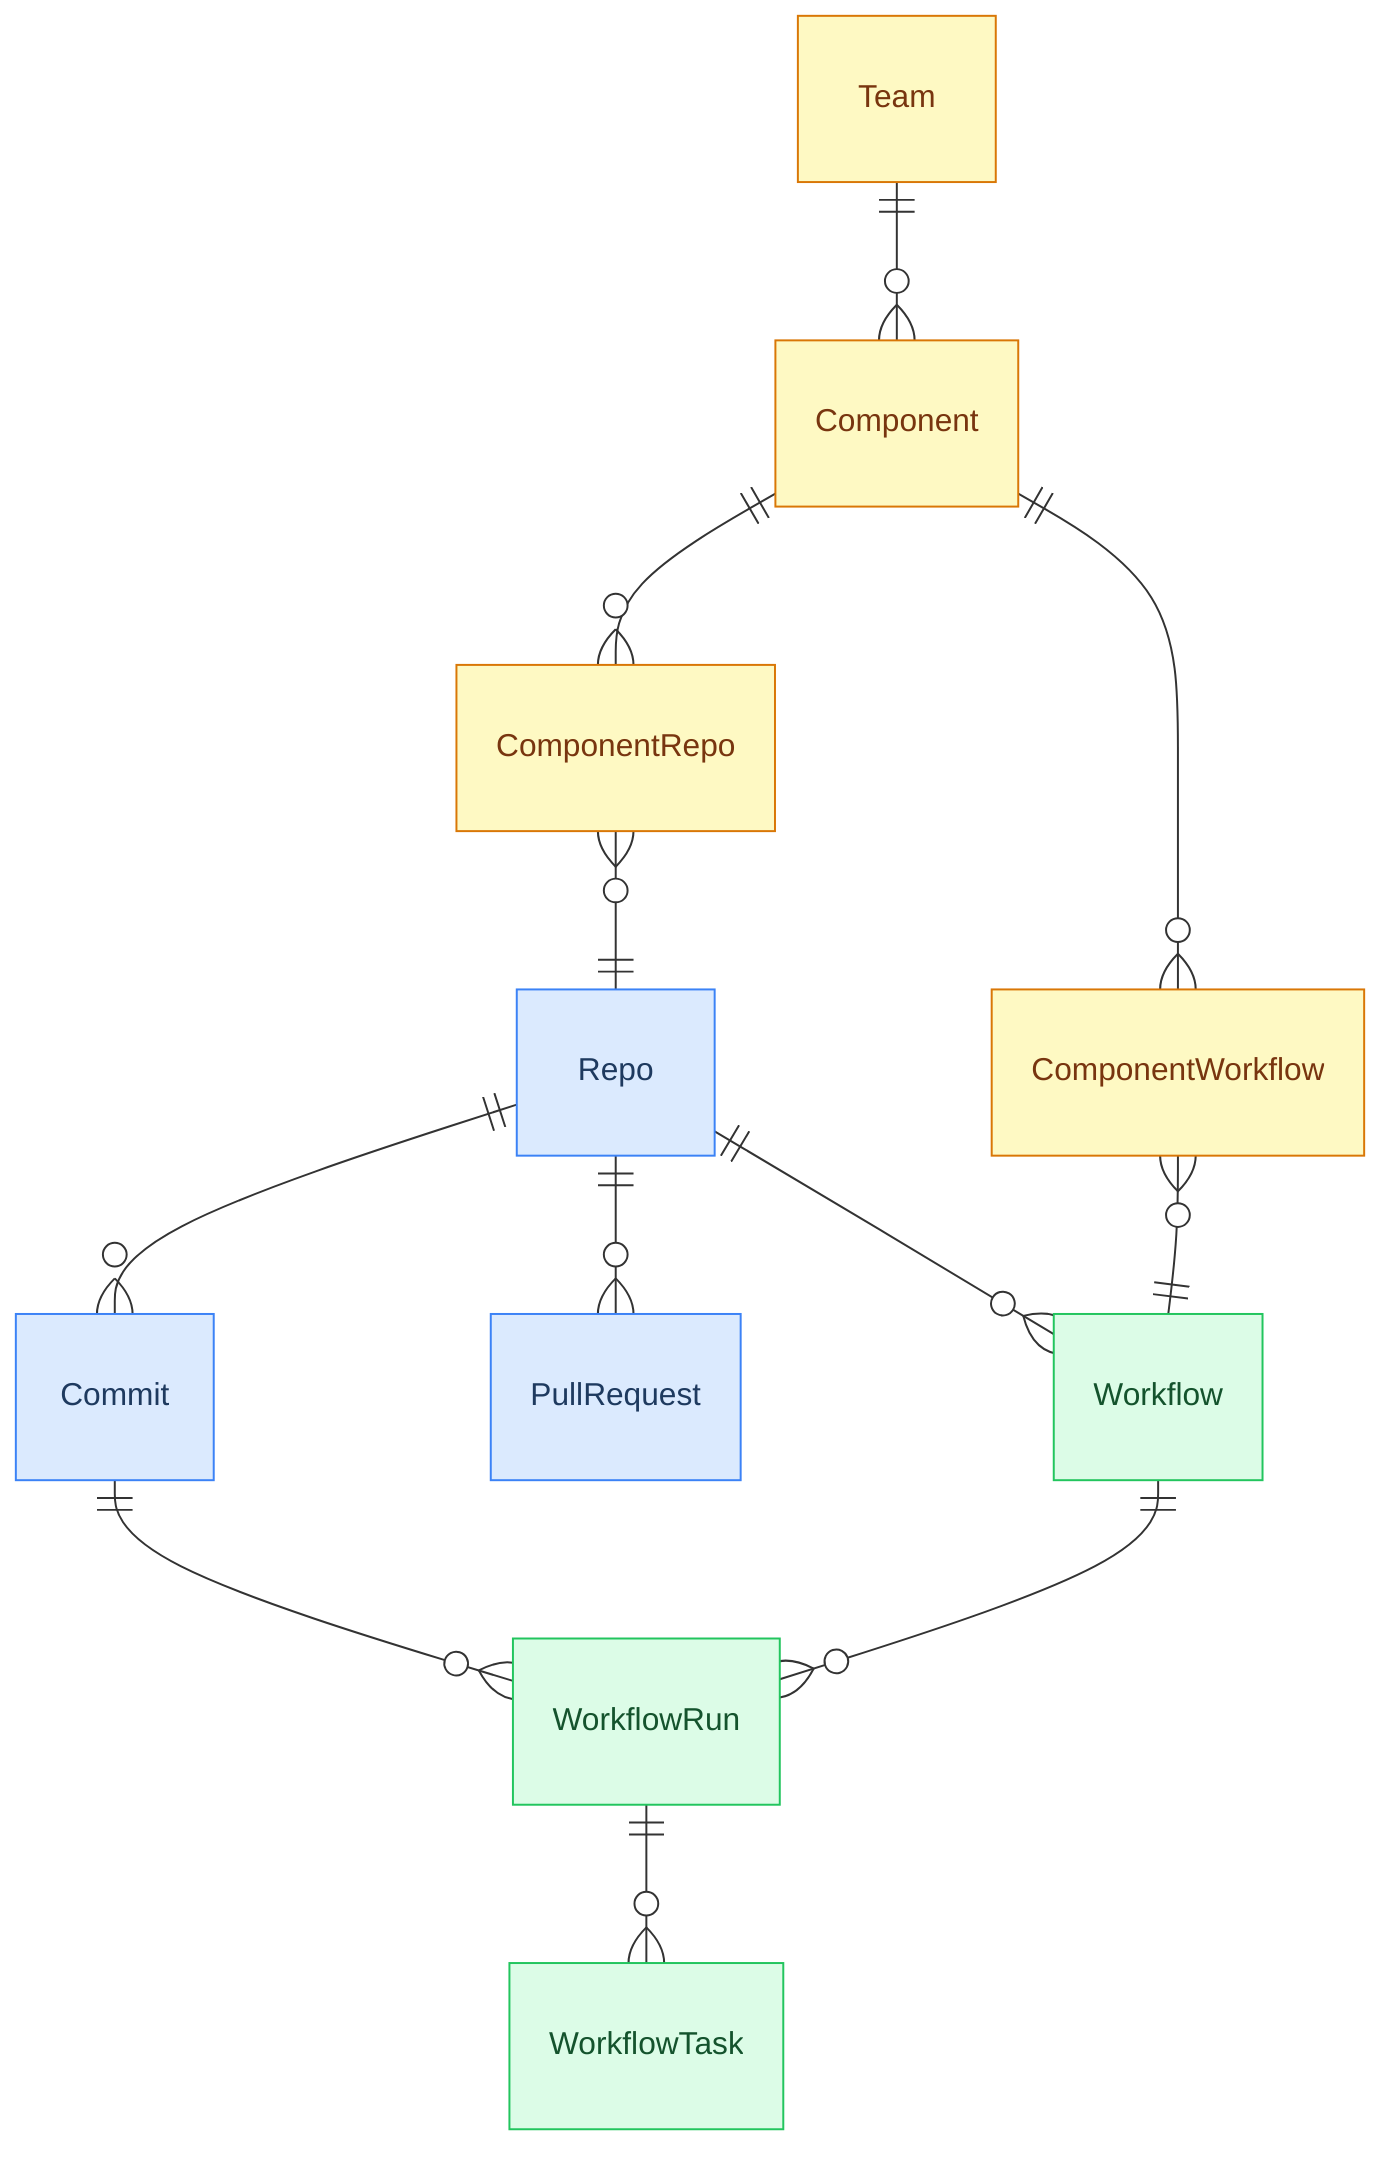
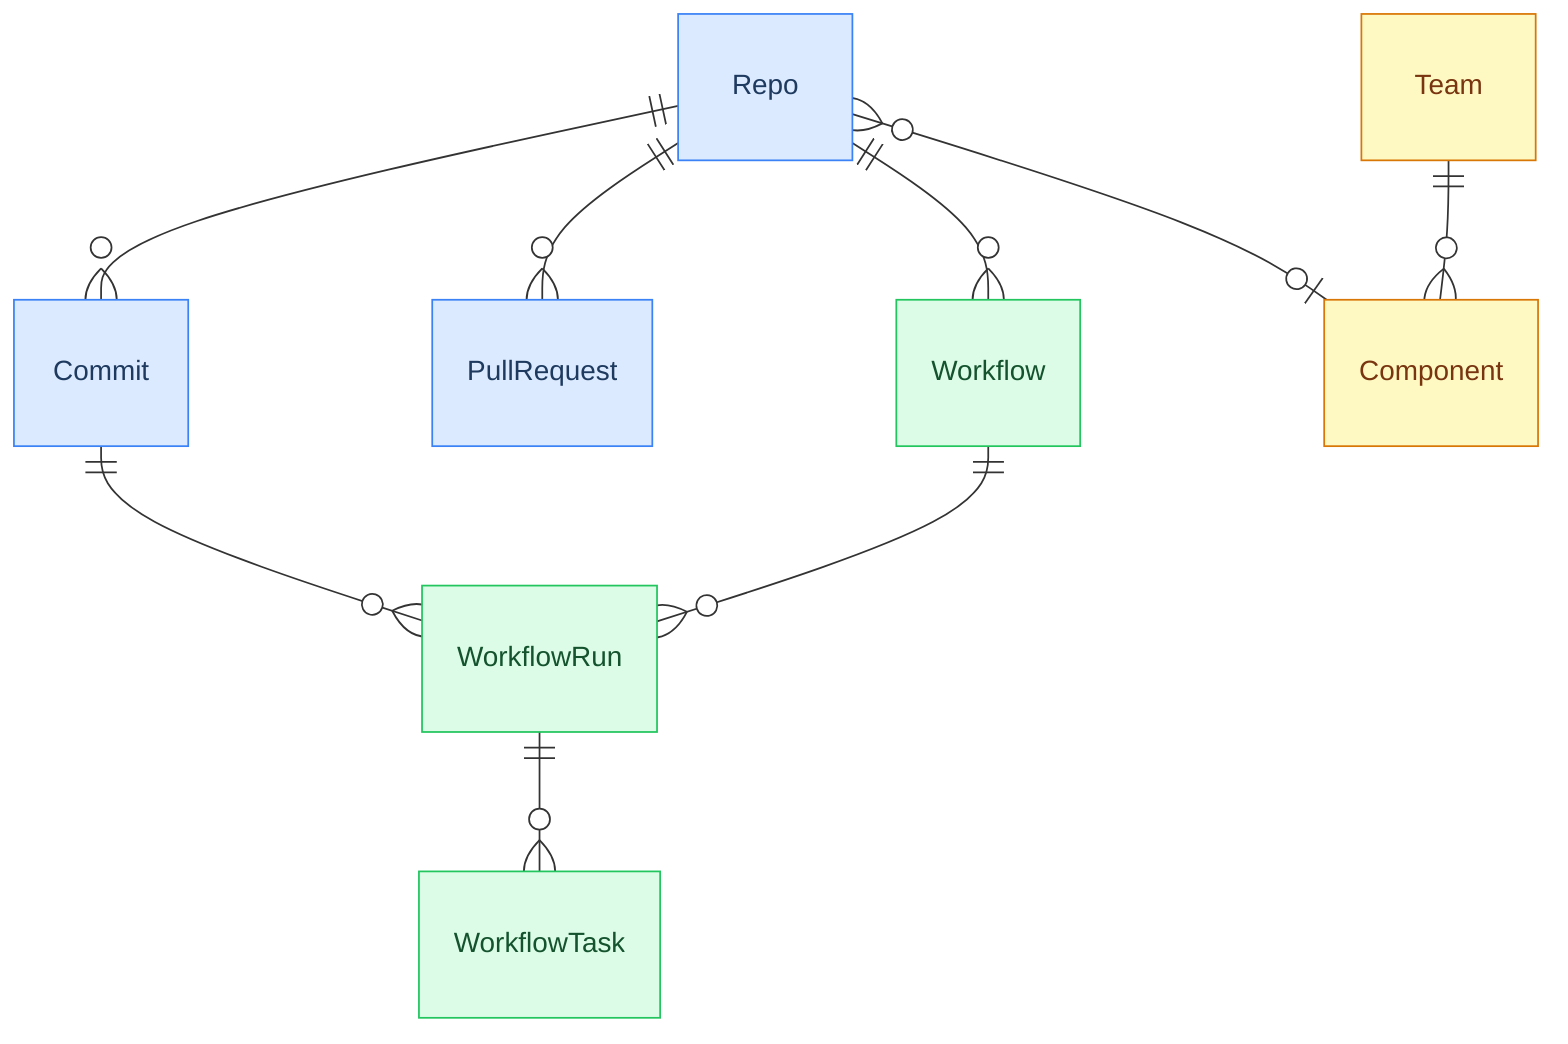
erDiagram
    Repo:::vcs
    Commit:::vcs
    PullRequest:::vcs
    Workflow:::ci
    WorkflowRun:::ci
    WorkflowTask:::ci
    Team:::org
    Component:::org
-     ComponentRepo:::org
-     ComponentWorkflow:::org

    Repo        ||--o{ Commit            : ""
    Repo        ||--o{ PullRequest       : ""
    Repo        ||--o{ Workflow          : ""
    Workflow    ||--o{ WorkflowRun       : ""
    WorkflowRun ||--o{ WorkflowTask      : ""
    Commit      ||--o{ WorkflowRun       : ""
    Team        ||--o{ Component         : ""
-     Component   ||--o{ ComponentRepo     : ""
-     Component   ||--o{ ComponentWorkflow : ""
-     ComponentRepo     }o--|| Repo        : ""
-     ComponentWorkflow }o--|| Workflow    : ""
+     Repo        }o--o| Component         : ""

    classDef vcs fill:#dbeafe,stroke:#3b82f6,color:#1e3a5f
    classDef ci  fill:#dcfce7,stroke:#22c55e,color:#14532d
-     classDef org fill:#fef9c3,stroke:#d97706,color:#78350f+     classDef org fill:#fef9c3,stroke:#d97706,color:#78350f
